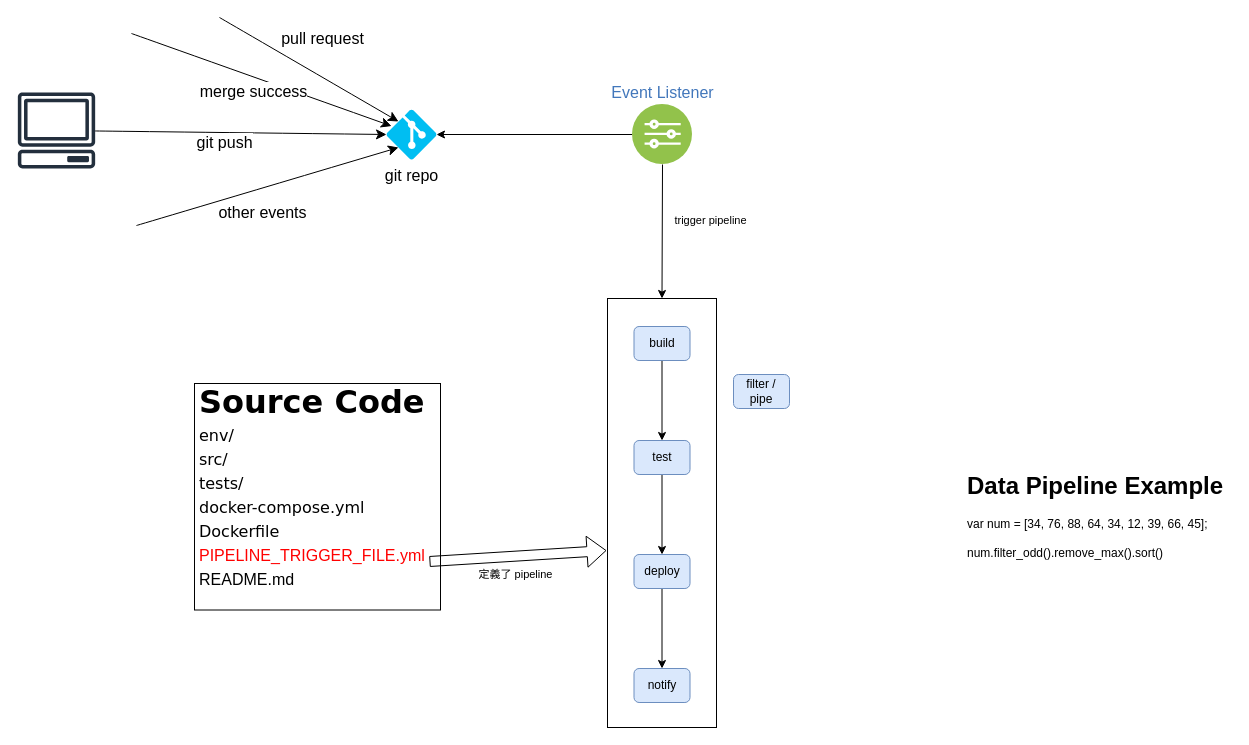
Earlier version of the draw.io diagram page "pipeline" (2 of 3) of attach/bitbucket-pipeline-runner.drawio (cool21540125/documentation-notes). Source tidied: cells renumbered, new cells numbered last; positions are measured from the earlier drawing's top-left corner, leaving out a move shared by most shapes. Both pictures are drawn from the tidied source at 100%, with x=0, y=0 at pixel (17, 17).
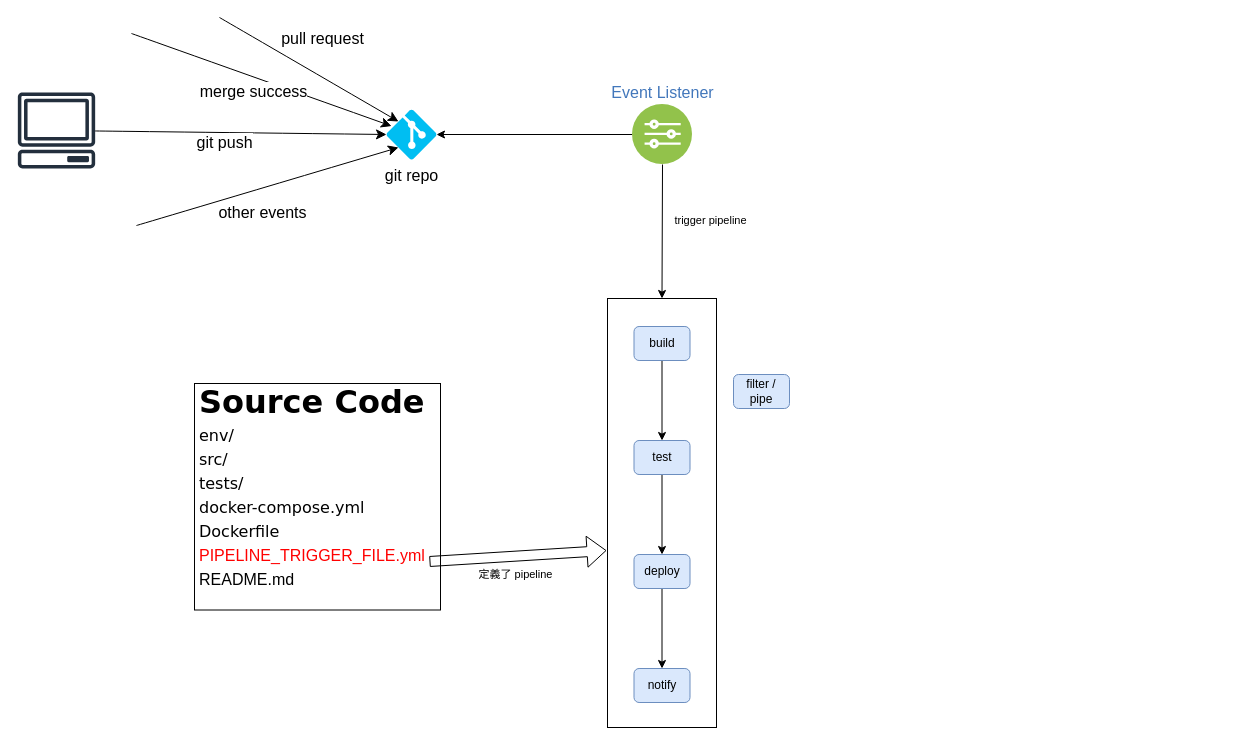
After the change.

The edit, as a diff of the source:
```diff
@@
-    <mxCell id="25" value="&lt;h1&gt;Data Pipeline Example&lt;/h1&gt;var num = [34, 76, 88, 64, 34, 12, 39, 66, 45];&lt;br&gt;&lt;br style=&quot;border-color: var(--border-color); text-align: center;&quot;&gt;&lt;span style=&quot;text-align: center;&quot;&gt;num.filter_odd().remove_max().sort()&lt;/span&gt;" style="text;html=1;strokeColor=none;fillColor=none;spacing=5;spacingTop=-20;whiteSpace=wrap;overflow=hidden;rounded=0;" parent="1" vertex="1">
-      <mxGeometry x="945" y="449" width="270" height="100" as="geometry" />
-    </mxCell>
```
